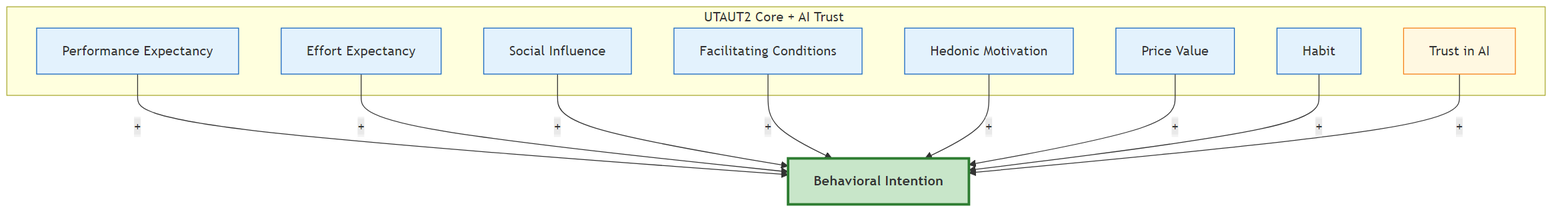
Before: thesis-v2/output/mermaid/03_methodology_diagram_2.png, a diagram exported from Mermaid (fabioc-aloha/AIRS_Data_Analysis). Its source is kept beside it as thesis-v2/output/mermaid/03_methodology_diagram_2.mmd.
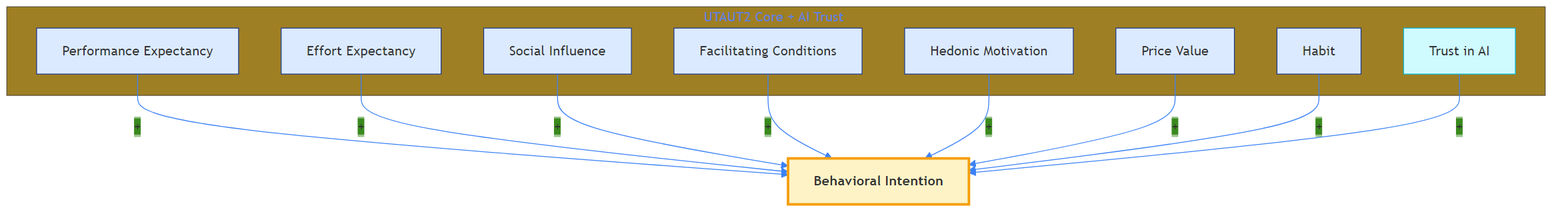
Above is the later version.

What changed in the source:
```diff
@@ -1,3 +1,4 @@
+%%{init: {'theme': 'base', 'themeVariables': {'primaryColor': '#1e3a8a', 'lineColor': '#3b82f6'}}}%%
 flowchart TD
     subgraph predictors["UTAUT2 Core + AI Trust Extension"]
         direction TB
@@ -22,12 +23,12 @@
     HB -->|+| BI
     TR -->|+| BI
 
-    style BI fill:#c8e6c9,stroke:#2e7d32,stroke-width:3px
-    style PE fill:#e3f2fd,stroke:#1565c0
-    style EE fill:#e3f2fd,stroke:#1565c0
-    style SI fill:#e3f2fd,stroke:#1565c0
-    style FC fill:#e3f2fd,stroke:#1565c0
-    style HM fill:#e3f2fd,stroke:#1565c0
-    style PV fill:#e3f2fd,stroke:#1565c0
-    style HB fill:#e3f2fd,stroke:#1565c0
-    style TR fill:#fff8e1,stroke:#f57f17
+    style BI fill:#fef3c7,stroke:#f59e0b,stroke-width:3px
+    style PE fill:#dbeafe,stroke:#1e3a8a
+    style EE fill:#dbeafe,stroke:#1e3a8a
+    style SI fill:#dbeafe,stroke:#1e3a8a
+    style FC fill:#dbeafe,stroke:#1e3a8a
+    style HM fill:#dbeafe,stroke:#1e3a8a
+    style PV fill:#dbeafe,stroke:#1e3a8a
+    style HB fill:#dbeafe,stroke:#1e3a8a
+    style TR fill:#cffafe,stroke:#06b6d4
```
